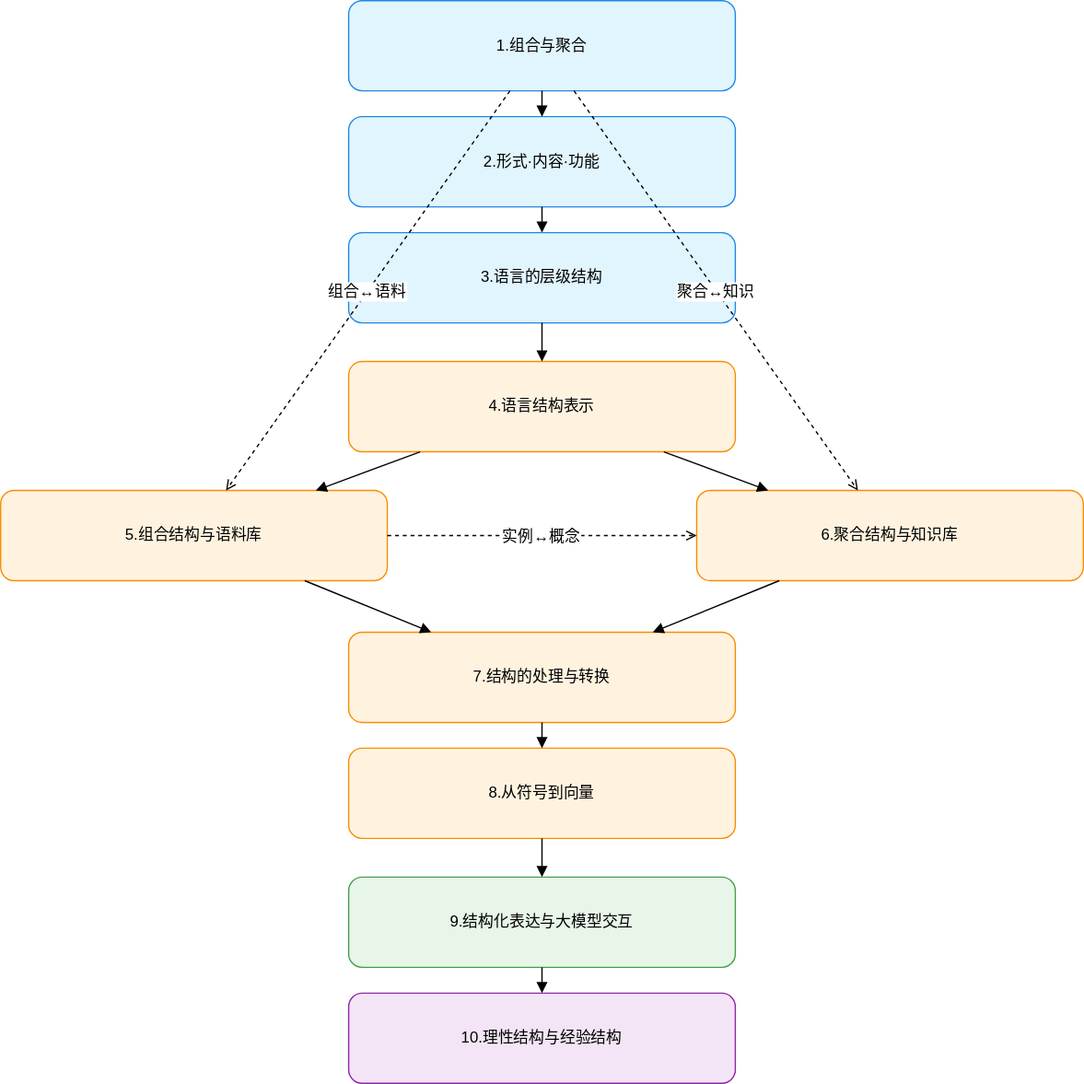
The draw.io diagram 导论/图0-6.drawio.svg in GuoMXi/Textbook--picture, before a commit. Source tidied: cells renumbered, new cells last; positions are measured from the earlier drawing's top-left corner, leaving out a move shared by most shapes. The source it was exported from:
```xml
<mxGraphModel background="#ffffff">
  <root>
    <mxCell id="0" />
    <mxCell id="1" parent="0" />
    <mxCell id="2" value="1.组合与聚合" style="rounded=1;whiteSpace=wrap;html=1;fillColor=#e1f5fe;strokeColor=#1e88e5;" parent="1" vertex="1">
      <mxGeometry x="270" width="300" height="70" as="geometry" />
    </mxCell>
    <mxCell id="3" value="2.形式·内容·功能" style="rounded=1;whiteSpace=wrap;html=1;fillColor=#e1f5fe;strokeColor=#1e88e5;" parent="1" vertex="1">
      <mxGeometry x="270" y="90" width="300" height="70" as="geometry" />
    </mxCell>
    <mxCell id="4" value="3.语言的层级结构" style="rounded=1;whiteSpace=wrap;html=1;fillColor=#e1f5fe;strokeColor=#1e88e5;" parent="1" vertex="1">
      <mxGeometry x="270" y="180" width="300" height="70" as="geometry" />
    </mxCell>
    <mxCell id="5" value="4.语言结构表示" style="rounded=1;whiteSpace=wrap;html=1;fillColor=#fff3e0;strokeColor=#fb8c00;" parent="1" vertex="1">
      <mxGeometry x="270" y="280" width="300" height="70" as="geometry" />
    </mxCell>
    <mxCell id="6" value="5.组合结构与语料库" style="rounded=1;whiteSpace=wrap;html=1;fillColor=#fff3e0;strokeColor=#fb8c00;" parent="1" vertex="1">
      <mxGeometry y="380" width="300" height="70" as="geometry" />
    </mxCell>
    <mxCell id="7" value="6.聚合结构与知识库" style="rounded=1;whiteSpace=wrap;html=1;fillColor=#fff3e0;strokeColor=#fb8c00;" parent="1" vertex="1">
      <mxGeometry x="540" y="380" width="300" height="70" as="geometry" />
    </mxCell>
    <mxCell id="8" value="7.结构的处理与转换" style="rounded=1;whiteSpace=wrap;html=1;fillColor=#fff3e0;strokeColor=#fb8c00;" parent="1" vertex="1">
      <mxGeometry x="270" y="490" width="300" height="70" as="geometry" />
    </mxCell>
    <mxCell id="9" value="8.从符号到向量" style="rounded=1;whiteSpace=wrap;html=1;fillColor=#fff3e0;strokeColor=#fb8c00;" parent="1" vertex="1">
      <mxGeometry x="270" y="580" width="300" height="70" as="geometry" />
    </mxCell>
    <mxCell id="10" value="9.结构化表达与大模型交互" style="rounded=1;whiteSpace=wrap;html=1;fillColor=#e8f5e9;strokeColor=#43a047;" parent="1" vertex="1">
      <mxGeometry x="270" y="680" width="300" height="70" as="geometry" />
    </mxCell>
    <mxCell id="11" value="10.理性结构与经验结构" style="rounded=1;whiteSpace=wrap;html=1;fillColor=#f3e5f5;strokeColor=#8e24aa;" parent="1" vertex="1">
      <mxGeometry x="270" y="770" width="300" height="70" as="geometry" />
    </mxCell>
    <mxCell id="12" style="endArrow=block;" parent="1" edge="1" source="2" target="3">
      <mxGeometry relative="1" as="geometry" />
    </mxCell>
    <mxCell id="13" style="endArrow=block;" parent="1" edge="1" source="3" target="4">
      <mxGeometry relative="1" as="geometry" />
    </mxCell>
    <mxCell id="14" style="endArrow=block;" parent="1" edge="1" source="4" target="5">
      <mxGeometry relative="1" as="geometry" />
    </mxCell>
    <mxCell id="15" style="endArrow=block;" parent="1" edge="1" source="5" target="6">
      <mxGeometry relative="1" as="geometry" />
    </mxCell>
    <mxCell id="16" style="endArrow=block;" parent="1" edge="1" source="5" target="7">
      <mxGeometry relative="1" as="geometry" />
    </mxCell>
    <mxCell id="17" style="endArrow=block;" parent="1" edge="1" source="6" target="8">
      <mxGeometry relative="1" as="geometry" />
    </mxCell>
    <mxCell id="18" style="endArrow=block;" parent="1" edge="1" source="7" target="8">
      <mxGeometry relative="1" as="geometry" />
    </mxCell>
    <mxCell id="19" style="endArrow=block;" parent="1" edge="1" source="8" target="9">
      <mxGeometry relative="1" as="geometry" />
    </mxCell>
    <mxCell id="20" style="endArrow=block;" parent="1" edge="1" source="9" target="10">
      <mxGeometry relative="1" as="geometry" />
    </mxCell>
    <mxCell id="21" style="endArrow=block;" parent="1" edge="1" source="10" target="11">
      <mxGeometry relative="1" as="geometry" />
    </mxCell>
    <mxCell id="22" value="组合↔语料" style="endArrow=open;dashed=1;fontSize=12;" parent="1" edge="1" source="2" target="6">
      <mxGeometry relative="1" as="geometry" />
    </mxCell>
    <mxCell id="23" value="聚合↔知识" style="endArrow=open;dashed=1;fontSize=12;" parent="1" edge="1" source="2" target="7">
      <mxGeometry relative="1" as="geometry" />
    </mxCell>
    <mxCell id="24" value="实例↔概念" style="endArrow=open;dashed=1;fontSize=12;" parent="1" edge="1" source="6" target="7">
      <mxGeometry relative="1" as="geometry" />
    </mxCell>
  </root>
</mxGraphModel>
```
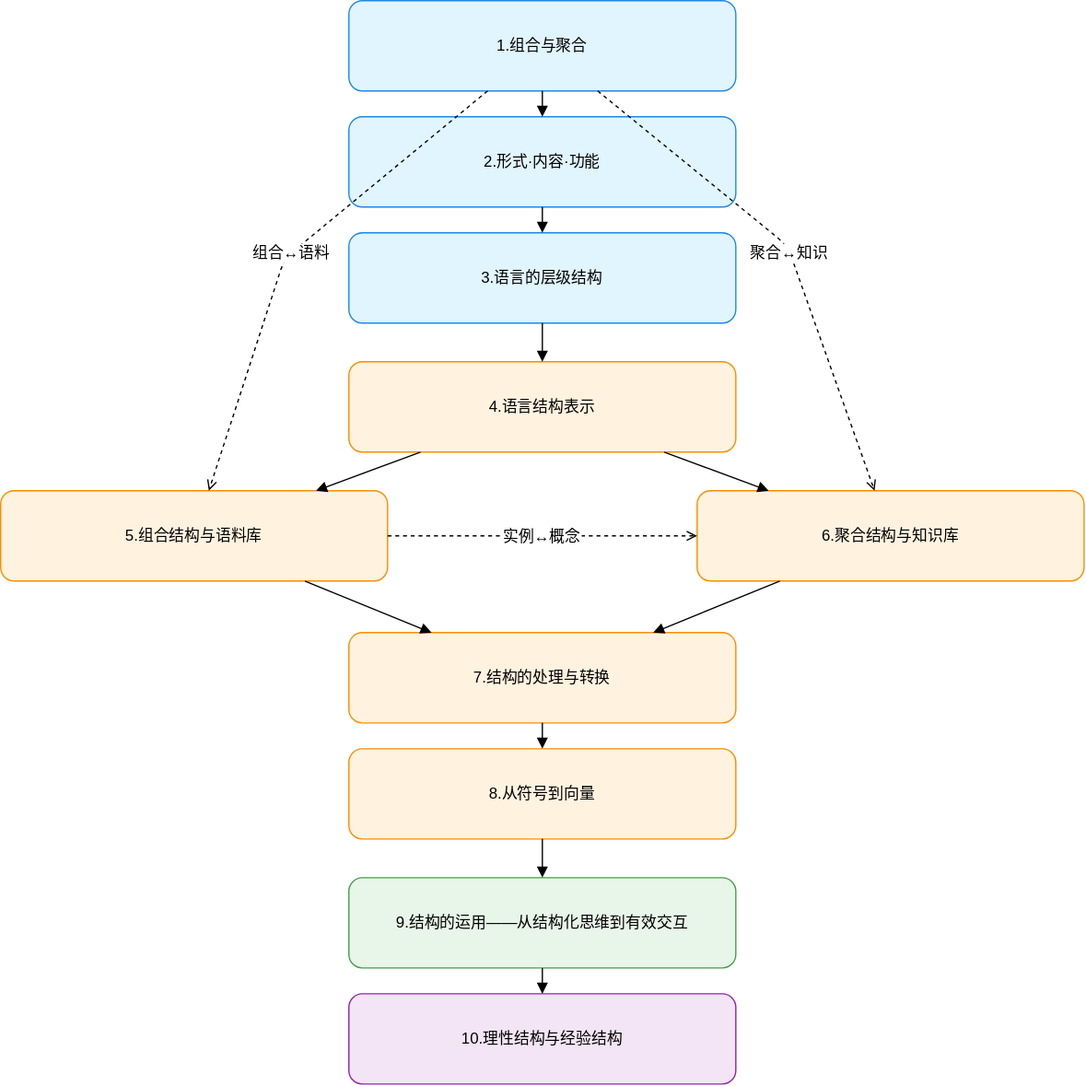
After the change.

What changed in the source:
```diff
@@ -26,7 +26,7 @@
     <mxCell id="9" value="8.从符号到向量" style="rounded=1;whiteSpace=wrap;html=1;fillColor=#fff3e0;strokeColor=#fb8c00;" parent="1" vertex="1">
       <mxGeometry x="270" y="580" width="300" height="70" as="geometry" />
     </mxCell>
-    <mxCell id="10" value="9.结构化表达与大模型交互" style="rounded=1;whiteSpace=wrap;html=1;fillColor=#e8f5e9;strokeColor=#43a047;" parent="1" vertex="1">
+    <mxCell id="10" value="9.结构的运用——从结构化思维到有效交互" style="rounded=1;whiteSpace=wrap;html=1;fillColor=#e8f5e9;strokeColor=#43a047;" parent="1" vertex="1">
       <mxGeometry x="270" y="680" width="300" height="70" as="geometry" />
     </mxCell>
     <mxCell id="11" value="10.理性结构与经验结构" style="rounded=1;whiteSpace=wrap;html=1;fillColor=#f3e5f5;strokeColor=#8e24aa;" parent="1" vertex="1">
@@ -63,10 +63,18 @@
       <mxGeometry relative="1" as="geometry" />
     </mxCell>
     <mxCell id="22" value="组合↔语料" style="endArrow=open;dashed=1;fontSize=12;" parent="1" edge="1" source="2" target="6">
-      <mxGeometry relative="1" as="geometry" />
+      <mxGeometry relative="1" as="geometry">
+        <Array as="points">
+          <mxPoint x="220" y="200" />
+        </Array>
+      </mxGeometry>
     </mxCell>
     <mxCell id="23" value="聚合↔知识" style="endArrow=open;dashed=1;fontSize=12;" parent="1" edge="1" source="2" target="7">
-      <mxGeometry relative="1" as="geometry" />
+      <mxGeometry relative="1" as="geometry">
+        <Array as="points">
+          <mxPoint x="610" y="190" />
+        </Array>
+      </mxGeometry>
     </mxCell>
     <mxCell id="24" value="实例↔概念" style="endArrow=open;dashed=1;fontSize=12;" parent="1" edge="1" source="6" target="7">
       <mxGeometry relative="1" as="geometry" />
```
